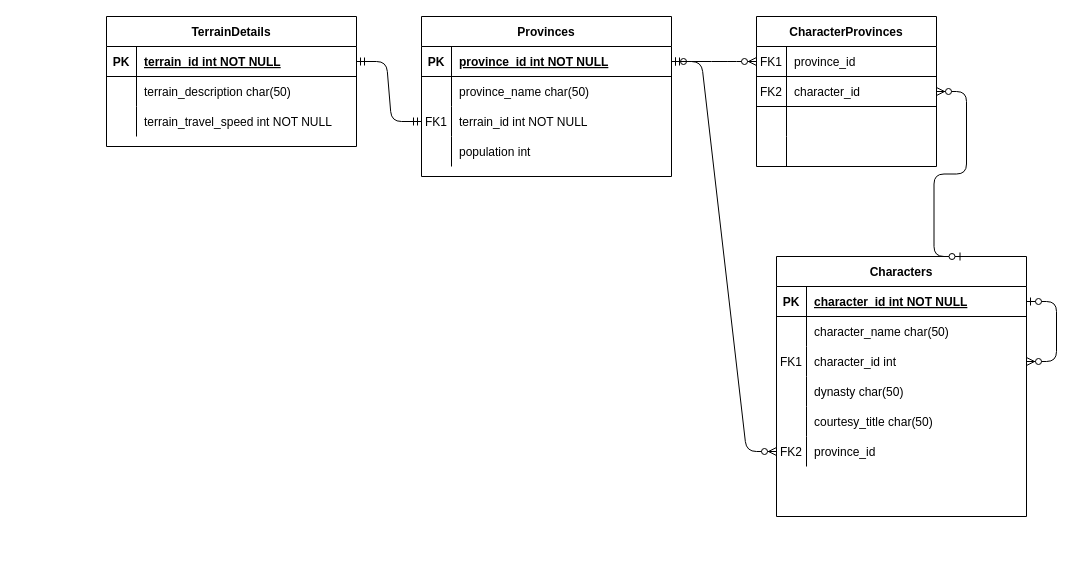
Earlier version of the draw.io diagram 05_C#_Data/FeudalismApp/feudalismERD.drawio (JDewhirst/eng86). Source tidied: cells renumbered, new cells numbered last; positions are measured from the earlier drawing's top-left corner, leaving out a move shared by most shapes. Both pictures are drawn from the tidied source at 100%, with x=0, y=0 at pixel (106, 16).
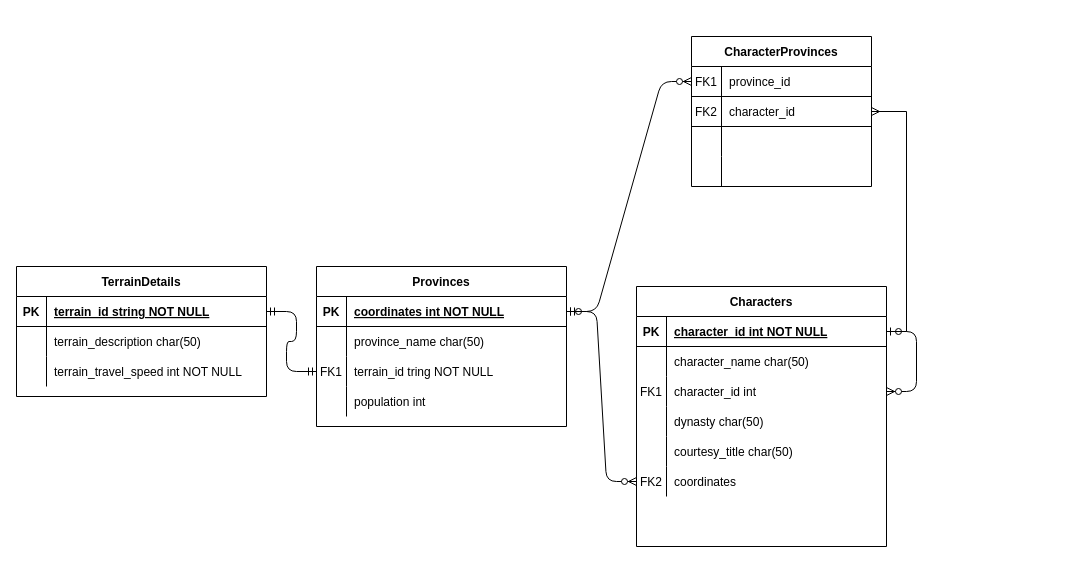
After the change.

The change refers to these unchanged cells:
```xml
<mxCell id="3" style="shape=partialRectangle;fillColor=none;points=[[0,0.5],[1,0.5]];portConstraint=eastwest;top=0;left=0;right=0;bottom=1;" parent="2" vertex="1">
  <mxGeometry y="30" width="250" height="30" as="geometry" />
</mxCell>
<mxCell id="9" style="shape=partialRectangle;fillColor=none;points=[[0,0.5],[1,0.5]];portConstraint=eastwest;top=0;left=0;right=0;bottom=0;" parent="2" vertex="1">
  <mxGeometry y="90" width="250" height="30" as="geometry" />
</mxCell>
<mxCell id="19" style="shape=partialRectangle;fillColor=none;top=0;left=0;bottom=0;right=0;points=[[0,0.5],[1,0.5]];portConstraint=eastwest;" parent="2" vertex="1">
  <mxGeometry y="180" width="250" height="30" as="geometry" />
</mxCell>
<mxCell id="23" style="shape=partialRectangle;fillColor=none;points=[[0,0.5],[1,0.5]];portConstraint=eastwest;top=0;left=0;right=0;bottom=1;" parent="22" vertex="1">
  <mxGeometry y="30" width="250" height="30" as="geometry" />
</mxCell>
<mxCell id="33" style="shape=partialRectangle;fillColor=none;points=[[0,0.5],[1,0.5]];portConstraint=eastwest;top=0;left=0;right=0;bottom=1;" parent="32" vertex="1">
  <mxGeometry y="30" width="250" height="30" as="geometry" />
</mxCell>
<mxCell id="39" style="shape=partialRectangle;fillColor=none;top=0;left=0;bottom=0;right=0;points=[[0,0.5],[1,0.5]];portConstraint=eastwest;" parent="32" vertex="1">
  <mxGeometry y="90" width="250" height="30" as="geometry" />
</mxCell>
<mxCell id="61" style="shape=partialRectangle;fillColor=none;top=0;left=0;bottom=1;right=0;points=[[0,0.5],[1,0.5]];portConstraint=eastwest;" parent="47" vertex="1">
  <mxGeometry y="60" width="180" height="30" as="geometry" />
</mxCell>
```

Change to the diagram source:
```diff
@@
     <mxCell id="2" value="Characters" style="shape=table;startSize=30;childLayout=tableLayout;rowLines=0;fontStyle=1;align=center;" parent="1" vertex="1">
-      <mxGeometry x="670" y="240" width="250" height="260" as="geometry" />
+      <mxGeometry x="530" y="270" width="250" height="260" as="geometry" />
     </mxCell>
@@
-    <mxCell id="18" style="edgeStyle=entityRelationEdgeStyle;fontSize=12;html=1;endArrow=ERzeroToMany;startArrow=ERzeroToOne;exitX=1;exitY=0.5;exitDx=0;exitDy=0;entryX=1;entryY=0.5;entryDx=0;entryDy=0;" parent="2" edge="1" source="3" target="9">
+    <mxCell id="18" style="edgeStyle=entityRelationEdgeStyle;fontSize=12;html=1;endArrow=ERzeroToMany;startArrow=ERzeroToOne;entryX=1;entryY=0.5;entryDx=0;entryDy=0;exitX=1;exitY=0.5;exitDx=0;exitDy=0;" parent="2" edge="1" source="3" target="9">
       <mxGeometry relative="1" as="geometry" />
     </mxCell>
@@
-    <mxCell id="21" value="province_id" style="shape=partialRectangle;fillColor=none;top=0;left=0;bottom=0;right=0;align=left;spacingLeft=6;fontStyle=0;overflow=hidden;" parent="19" vertex="1">
+    <mxCell id="21" value="coordinates" style="shape=partialRectangle;fillColor=none;top=0;left=0;bottom=0;right=0;align=left;spacingLeft=6;fontStyle=0;overflow=hidden;" parent="19" vertex="1">
       <mxGeometry x="30" width="220" height="30" as="geometry" />
     </mxCell>
     <mxCell id="22" value="TerrainDetails" style="shape=table;startSize=30;childLayout=tableLayout;rowLines=0;fontStyle=1;align=center;" parent="1" vertex="1">
-      <mxGeometry width="250" height="130" as="geometry" />
+      <mxGeometry x="-90" y="250" width="250" height="130" as="geometry" />
     </mxCell>
@@
-    <mxCell id="25" value="terrain_id int NOT NULL" style="shape=partialRectangle;overflow=hidden;fillColor=none;top=0;left=0;bottom=0;right=0;align=left;spacingLeft=6;fontStyle=5;" parent="23" vertex="1">
+    <mxCell id="25" value="terrain_id string NOT NULL" style="shape=partialRectangle;overflow=hidden;fillColor=none;top=0;left=0;bottom=0;right=0;align=left;spacingLeft=6;fontStyle=5;" parent="23" vertex="1">
       <mxGeometry x="30" width="220" height="30" as="geometry" />
     </mxCell>
@@
     <mxCell id="32" value="Provinces" style="shape=table;startSize=30;childLayout=tableLayout;rowLines=0;fontStyle=1;align=center;" parent="1" vertex="1">
-      <mxGeometry x="315" width="250" height="160" as="geometry" />
+      <mxGeometry x="210" y="250" width="250" height="160" as="geometry" />
     </mxCell>
@@
-    <mxCell id="35" value="province_id int NOT NULL" style="shape=partialRectangle;overflow=hidden;fillColor=none;top=0;left=0;bottom=0;right=0;align=left;spacingLeft=6;fontStyle=5;" parent="33" vertex="1">
+    <mxCell id="35" value="coordinates int NOT NULL" style="shape=partialRectangle;overflow=hidden;fillColor=none;top=0;left=0;bottom=0;right=0;align=left;spacingLeft=6;fontStyle=5;" parent="33" vertex="1">
       <mxGeometry x="30" width="220" height="30" as="geometry" />
     </mxCell>
@@
-    <mxCell id="41" value="terrain_id int NOT NULL" style="shape=partialRectangle;fillColor=none;top=0;left=0;bottom=0;right=0;align=left;spacingLeft=6;overflow=hidden;" parent="39" vertex="1">
+    <mxCell id="41" value="terrain_id tring NOT NULL" style="shape=partialRectangle;fillColor=none;top=0;left=0;bottom=0;right=0;align=left;spacingLeft=6;overflow=hidden;" parent="39" vertex="1">
       <mxGeometry x="30" width="220" height="30" as="geometry" />
     </mxCell>
@@
     <mxCell id="47" style="group;" parent="1" vertex="1">
-      <mxGeometry x="650" width="180" height="150" as="geometry" />
+      <mxGeometry x="585" y="20" width="180" height="150" as="geometry" />
     </mxCell>
@@
-    <mxCell id="64" style="edgeStyle=entityRelationEdgeStyle;fontSize=12;html=1;endArrow=ERzeroToMany;startArrow=ERzeroToOne;exitX=0.75;exitY=0;exitDx=0;exitDy=0;entryX=1;entryY=0.5;entryDx=0;entryDy=0;" parent="1" edge="1" source="2" target="61">
-      <mxGeometry relative="1" as="geometry" />
-    </mxCell>
@@
+    <mxCell id="66" style="edgeStyle=orthogonalEdgeStyle;rounded=0;jettySize=auto;html=1;entryX=1;entryY=0.5;entryDx=0;entryDy=0;endArrow=ERmany;endFill=0;" parent="1" edge="1" source="3" target="61">
+      <mxGeometry relative="1" as="geometry" />
+    </mxCell>
```
